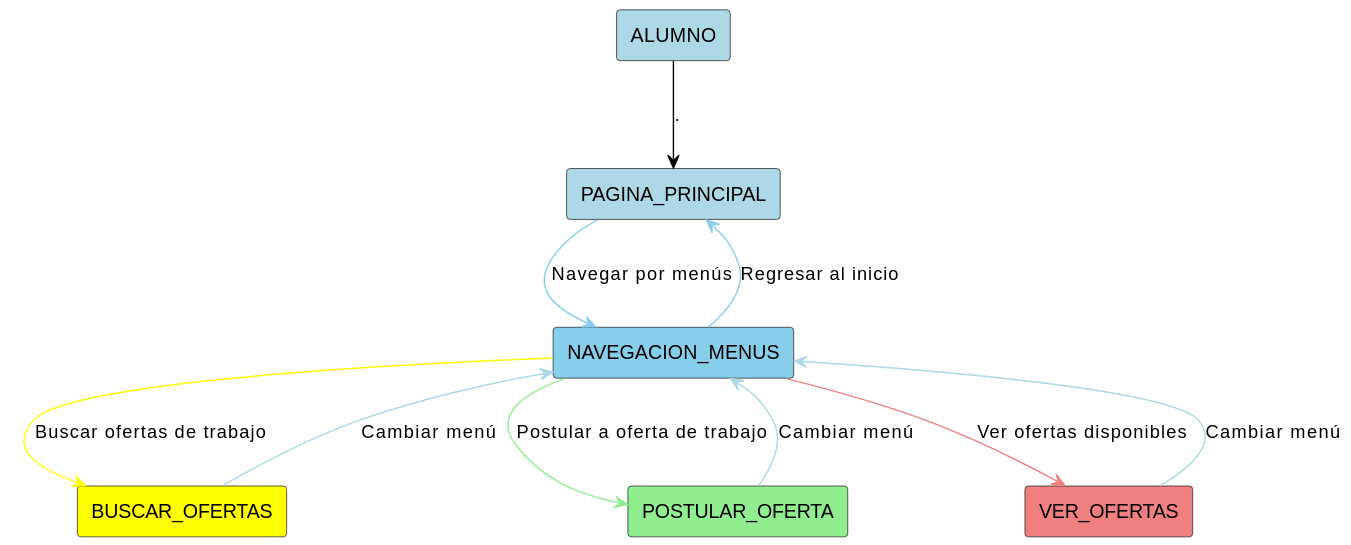
mmasias/24-25-IdSw1-SDR keeps this PlantUML diagram as modelosUML/CasosDeUso/Imagenes/svg/DiagramasContexto/ContextoAlumno.svg. Above is the earlier version.
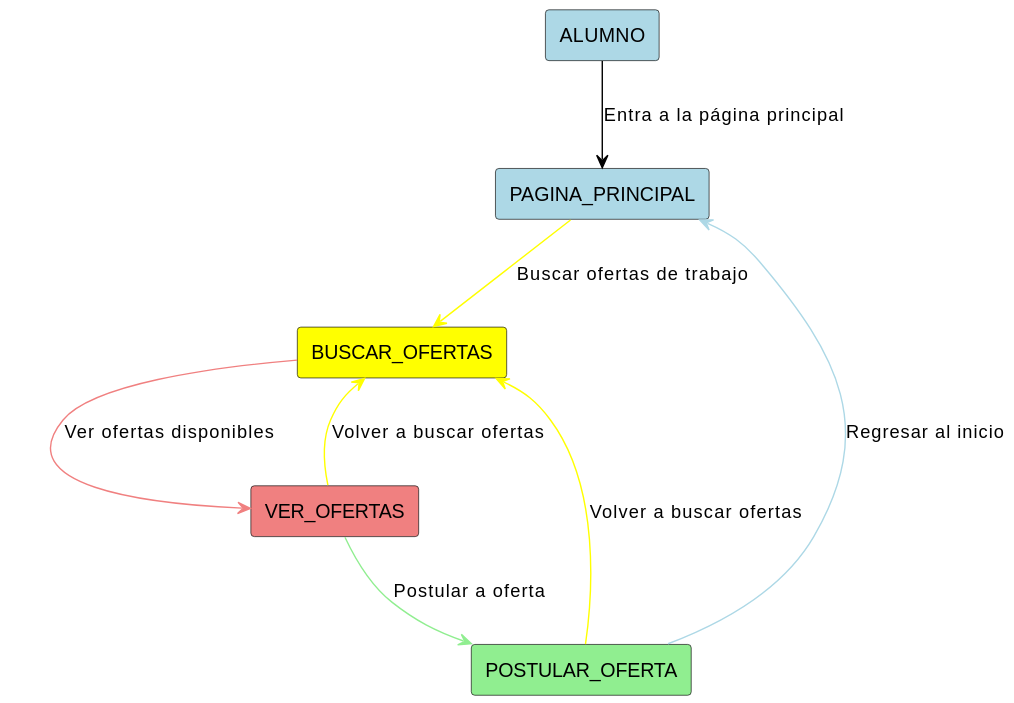
The same file after the commit.

Diff of the diagram source:
```diff
@@ -3,21 +3,15 @@
 
 RECTANGLE(ALUMNO) #LightBlue
 RECTANGLE(PAGINA_PRINCIPAL) #LightBlue
-RECTANGLE(NAVEGACION_MENUS) #SkyBlue
+RECTANGLE(BUSCAR_OFERTAS) #Yellow
+RECTANGLE(VER_OFERTAS) #LightCoral
+RECTANGLE(POSTULAR_OFERTA) #LightGreen
 
-RECTANGLE(BUSCAR_OFERTAS) #Yellow
-RECTANGLE(POSTULAR_OFERTA) #LightGreen
-RECTANGLE(VER_OFERTAS) #LightCoral
-
-ALUMNO -[#Black]-> PAGINA_PRINCIPAL : .
-PAGINA_PRINCIPAL -[#SkyBlue]-> NAVEGACION_MENUS : Navegar por menús
-NAVEGACION_MENUS -[#SkyBlue]-> PAGINA_PRINCIPAL : Regresar al inicio
-
-NAVEGACION_MENUS -[#Yellow]-> BUSCAR_OFERTAS : Buscar ofertas de trabajo
-NAVEGACION_MENUS -[#LightGreen]-> POSTULAR_OFERTA : Postular a oferta de trabajo
-NAVEGACION_MENUS -[#LightCoral]-> VER_OFERTAS : Ver ofertas disponibles
-
-BUSCAR_OFERTAS -[#LightBlue]-> NAVEGACION_MENUS : Cambiar menú
-POSTULAR_OFERTA -[#LightBlue]-> NAVEGACION_MENUS : Cambiar menú
-VER_OFERTAS -[#LightBlue]-> NAVEGACION_MENUS : Cambiar menú
+ALUMNO -[#Black]-> PAGINA_PRINCIPAL : Entra a la página principal
+PAGINA_PRINCIPAL -[#Yellow]-> BUSCAR_OFERTAS : Buscar ofertas de trabajo
+BUSCAR_OFERTAS -[#LightCoral]-> VER_OFERTAS : Ver ofertas disponibles
+VER_OFERTAS -[#Yellow]-> BUSCAR_OFERTAS : Volver a buscar ofertas
+VER_OFERTAS -[#LightGreen]-> POSTULAR_OFERTA : Postular a oferta
+POSTULAR_OFERTA -[#Yellow]-> BUSCAR_OFERTAS : Volver a buscar ofertas
+POSTULAR_OFERTA -[#LightBlue]-> PAGINA_PRINCIPAL : Regresar al inicio
 @enduml
```
